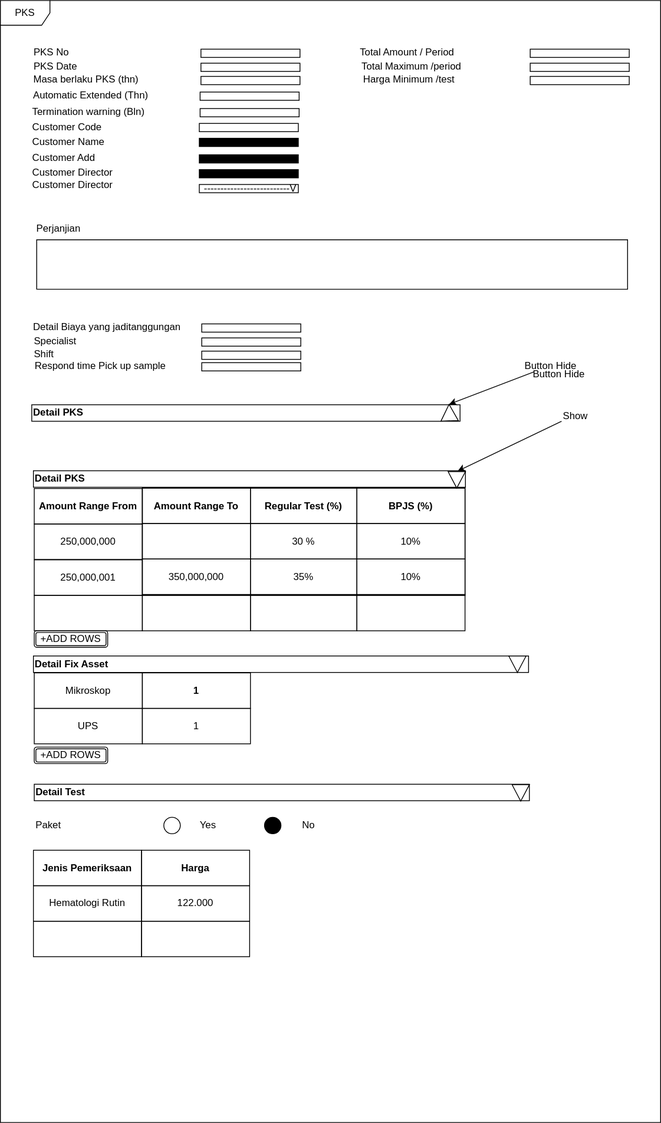
riduan-risandi/inno_collection_diagram keeps this draw.io diagram as pattern/FSD.svg. Above is the earlier version. Source tidied: cells renumbered, new cells last; positions are measured from the earlier drawing's top-left corner, leaving out a move shared by most shapes.
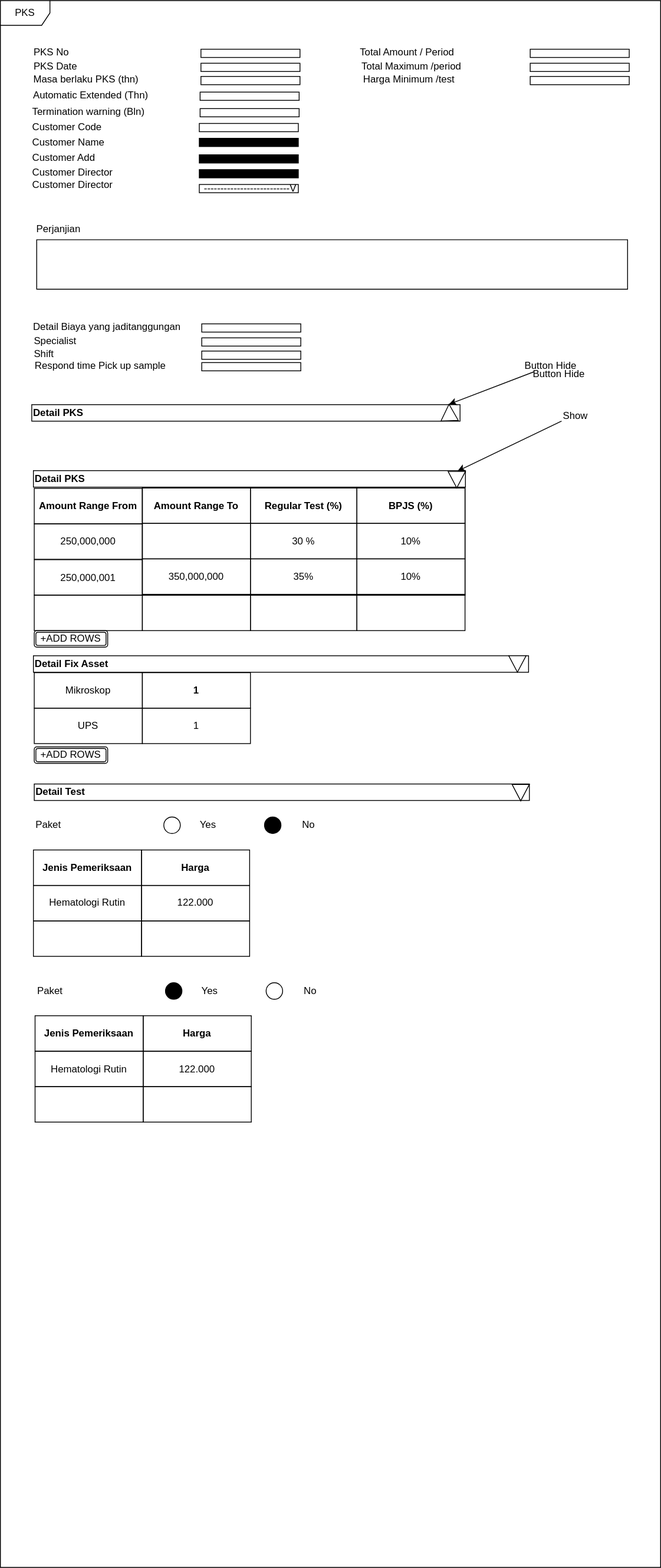
Later version of the same file.

Change to the diagram source:
```diff
@@ -6,7 +6,7 @@
       <mxGeometry x="38" y="490" width="519" height="20" as="geometry" />
     </mxCell>
     <mxCell id="3" value="PKS" style="shape=umlFrame;whiteSpace=wrap;html=1;" parent="1" vertex="1">
-      <mxGeometry width="800" height="1360" as="geometry" />
+      <mxGeometry width="800" height="1900" as="geometry" />
     </mxCell>
     <mxCell id="4" value="PKS No" style="text;html=1;strokeColor=none;fillColor=none;align=center;verticalAlign=middle;whiteSpace=wrap;rounded=0;" parent="1" vertex="1">
       <mxGeometry x="32" y="57" width="60" height="12" as="geometry" />
@@ -268,5 +268,38 @@
     <mxCell id="89" style="strokeColor=inherit;fillColor=none;align=center;whiteSpace=wrap;html=1;" parent="1" vertex="1">
       <mxGeometry x="171" y="1116" width="131" height="43" as="geometry" />
     </mxCell>
+    <mxCell id="90" value="Paket" style="text;strokeColor=none;fillColor=none;align=left;verticalAlign=middle;spacingLeft=4;spacingRight=4;overflow=hidden;whiteSpace=wrap;html=1;" parent="1" vertex="1">
+      <mxGeometry x="39" y="1191" width="83" height="20" as="geometry" />
+    </mxCell>
+    <mxCell id="91" style="ellipse;whiteSpace=wrap;html=1;fillColor=#000000;" parent="1" vertex="1">
+      <mxGeometry x="200" y="1191" width="20" height="20" as="geometry" />
+    </mxCell>
+    <mxCell id="92" value="Yes" style="text;strokeColor=none;fillColor=none;align=left;verticalAlign=middle;spacingLeft=4;spacingRight=4;overflow=hidden;whiteSpace=wrap;html=1;" parent="1" vertex="1">
+      <mxGeometry x="238" y="1191" width="44" height="20" as="geometry" />
+    </mxCell>
+    <mxCell id="93" style="ellipse;whiteSpace=wrap;html=1;fillColor=#FFFFFF;" parent="1" vertex="1">
+      <mxGeometry x="322" y="1191" width="20" height="20" as="geometry" />
+    </mxCell>
+    <mxCell id="94" value="No" style="text;strokeColor=none;fillColor=none;align=left;verticalAlign=middle;spacingLeft=4;spacingRight=4;overflow=hidden;whiteSpace=wrap;html=1;" parent="1" vertex="1">
+      <mxGeometry x="362" y="1191" width="50" height="20" as="geometry" />
+    </mxCell>
+    <mxCell id="95" value="&lt;b&gt;Jenis Pemeriksaan&lt;/b&gt;" style="strokeColor=inherit;fillColor=none;align=center;whiteSpace=wrap;html=1;" parent="1" vertex="1">
+      <mxGeometry x="42" y="1231" width="131" height="43" as="geometry" />
+    </mxCell>
+    <mxCell id="96" value="&lt;b&gt;Harga&lt;/b&gt;" style="strokeColor=inherit;fillColor=none;align=center;whiteSpace=wrap;html=1;" parent="1" vertex="1">
+      <mxGeometry x="173" y="1231" width="131" height="43" as="geometry" />
+    </mxCell>
+    <mxCell id="97" value="122.000" style="strokeColor=inherit;fillColor=none;align=center;whiteSpace=wrap;html=1;" parent="1" vertex="1">
+      <mxGeometry x="173" y="1274" width="131" height="43" as="geometry" />
+    </mxCell>
+    <mxCell id="98" value="&lt;table&gt;&lt;tbody&gt;&lt;tr&gt;&lt;td valign=&quot;top&quot;&gt;&lt;p&gt;Hematologi Rutin&lt;/p&gt;&lt;/td&gt;&lt;/tr&gt;&lt;/tbody&gt;&lt;/table&gt;" style="strokeColor=inherit;fillColor=none;align=center;whiteSpace=wrap;html=1;" parent="1" vertex="1">
+      <mxGeometry x="42" y="1274" width="131" height="43" as="geometry" />
+    </mxCell>
+    <mxCell id="99" style="strokeColor=inherit;fillColor=none;align=center;whiteSpace=wrap;html=1;" parent="1" vertex="1">
+      <mxGeometry x="42" y="1317" width="131" height="43" as="geometry" />
+    </mxCell>
+    <mxCell id="100" style="strokeColor=inherit;fillColor=none;align=center;whiteSpace=wrap;html=1;" parent="1" vertex="1">
+      <mxGeometry x="173" y="1317" width="131" height="43" as="geometry" />
+    </mxCell>
   </root>
 </mxGraphModel>
```
